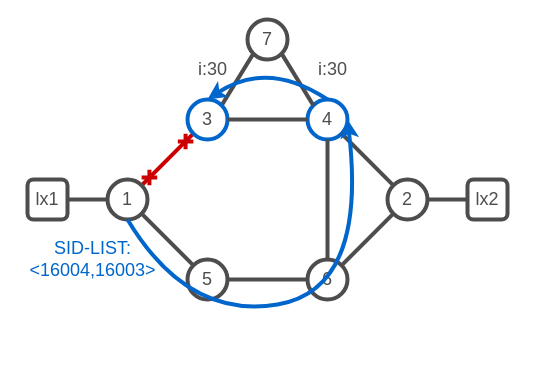
The draw.io diagram page "4" (4 of 6) of images/lab-topologies.drawio in IntuitiveSoft-net/sr-lab, before the edit. Source tidied: cells renumbered, new cells numbered last; positions are measured from the earlier drawing's top-left corner, leaving out a move shared by most shapes. Both pictures are drawn from the tidied source at 100%, with x=0, y=0 at pixel (17, 19).
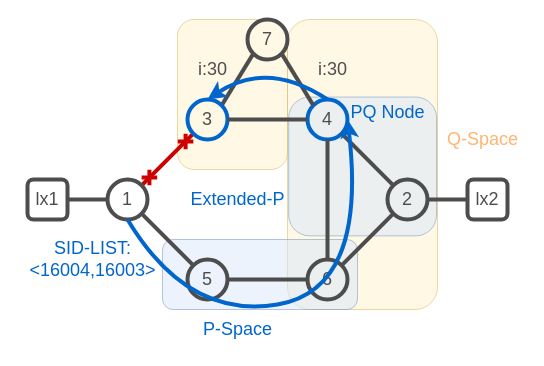
The same diagram, later.

Diff of the diagram source:
```diff
@@
+    <mxCell id="27" style="rounded=1;whiteSpace=wrap;html=1;strokeColor=#d6b656;fillColor=#fff2cc;opacity=50;" parent="1" vertex="1">
+      <mxGeometry x="270" width="150" height="290" as="geometry" />
+    </mxCell>
+    <mxCell id="28" style="rounded=1;whiteSpace=wrap;html=1;strokeColor=#6c8ebf;fillColor=#dae8fc;gradientColor=none;opacity=50;rotation=-90;" parent="1" vertex="1">
+      <mxGeometry x="275.7" y="73" width="138.8" height="147.9" as="geometry" />
+    </mxCell>
+    <mxCell id="29" style="rounded=1;whiteSpace=wrap;html=1;strokeColor=#d6b656;fillColor=#fff2cc;opacity=50;rotation=-90;" parent="1" vertex="1">
+      <mxGeometry x="140" y="20" width="150" height="110" as="geometry" />
+    </mxCell>
+    <mxCell id="30" style="rounded=1;whiteSpace=wrap;html=1;strokeColor=#6c8ebf;fillColor=#dae8fc;gradientColor=none;opacity=50;" parent="1" vertex="1">
+      <mxGeometry x="145" y="220" width="195" height="70" as="geometry" />
+    </mxCell>
@@
+    <mxCell id="31" value="&lt;span style=&quot;color: rgb(0, 102, 204); font-size: 18px;&quot;&gt;P-Space&lt;/span&gt;" style="text;html=1;align=center;verticalAlign=middle;strokeColor=none;fillColor=none;" parent="1" vertex="1">
+      <mxGeometry x="175" y="290" width="90" height="40" as="geometry" />
+    </mxCell>
+    <mxCell id="32" value="&lt;span style=&quot;font-size: 18px;&quot;&gt;&lt;font color=&quot;#ffb570&quot;&gt;Q-Space&lt;/font&gt;&lt;/span&gt;" style="text;html=1;align=center;verticalAlign=middle;strokeColor=none;fillColor=none;" parent="1" vertex="1">
+      <mxGeometry x="420" y="100" width="90" height="40" as="geometry" />
+    </mxCell>
+    <mxCell id="33" value="&lt;font style=&quot;font-size: 18px;&quot; color=&quot;#0066cc&quot;&gt;Extended-P&lt;/font&gt;" style="text;html=1;align=center;verticalAlign=middle;strokeColor=none;fillColor=none;fontColor=#FFB570;" parent="1" vertex="1">
+      <mxGeometry x="160" y="160" width="120" height="40" as="geometry" />
+    </mxCell>
+    <mxCell id="34" value="PQ Node" style="text;html=1;align=center;verticalAlign=middle;strokeColor=none;fillColor=none;fontSize=18;fontColor=#0066CC;" parent="1" vertex="1">
+      <mxGeometry x="320" y="73" width="100" height="40" as="geometry" />
+    </mxCell>
```
